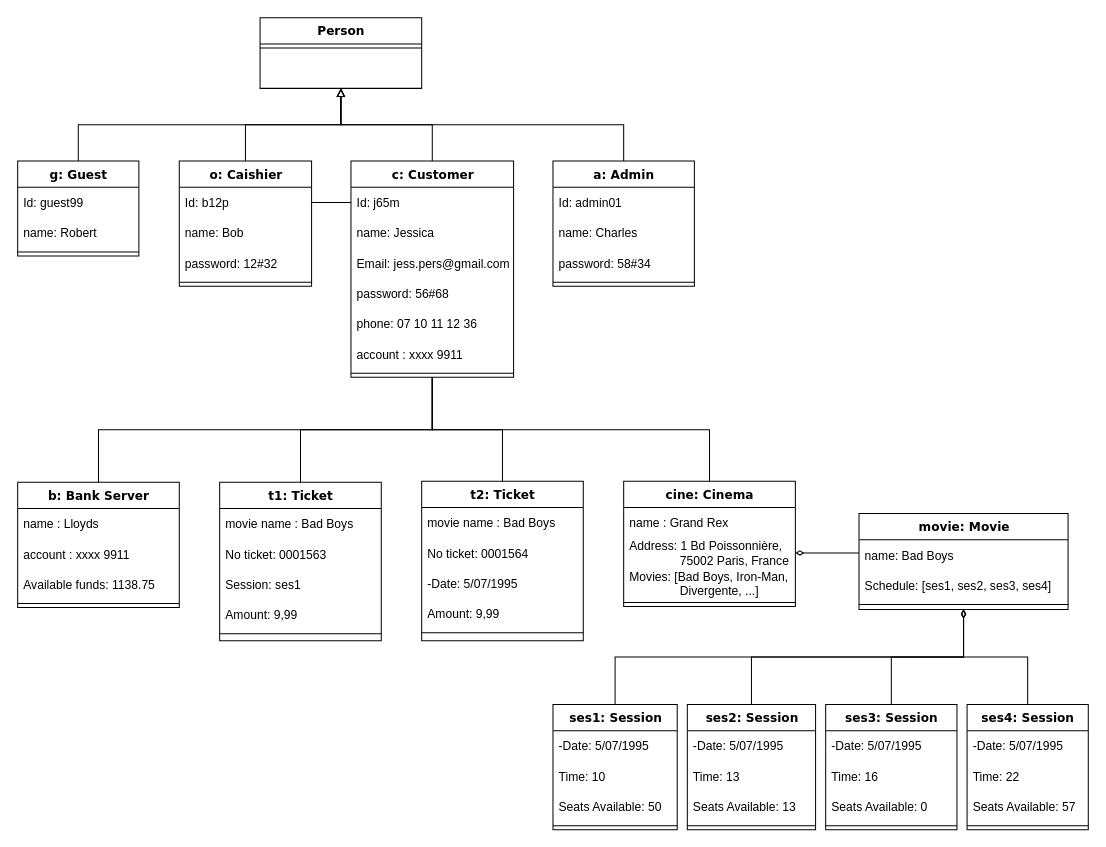
Melydgt/Draw-io-UML-England keeps this draw.io diagram as Diagramme object Movie Ticket Booking System.drawio. Above is the earlier version. Source tidied: cells renumbered, new cells numbered last; positions are measured from the earlier drawing's top-left corner, leaving out a move shared by most shapes. Both pictures are drawn from the tidied source at 101%, with x=0, y=0 at pixel (17, 17).
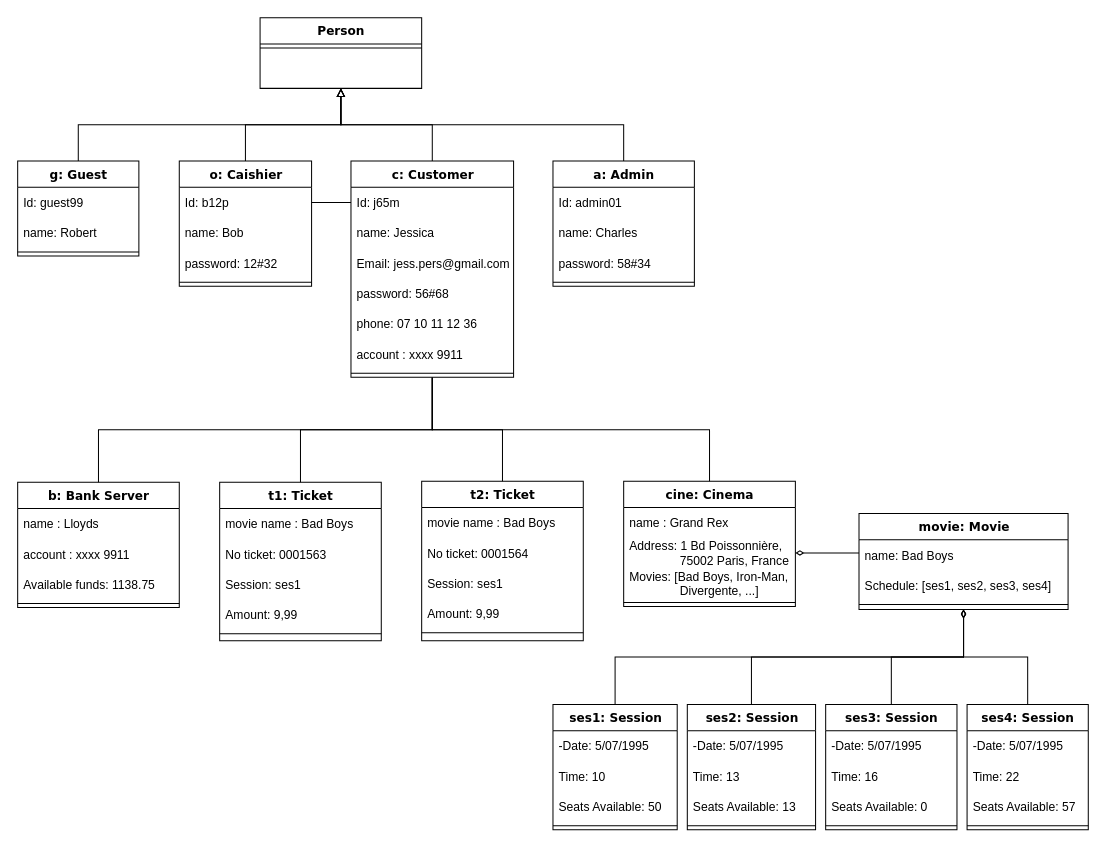
Above is the later version.

Commit message (it also covers changes not shown here):
Mettre à jour Diagramme object Movie Ticket Booking System.drawio

Unchanged cells that the change refers to:
```xml
<mxCell id="21" value="t2: Ticket" style="swimlane;html=1;fontStyle=1;align=center;verticalAlign=top;horizontal=1;startSize=26;swimlaneFillColor=#ffffff;rounded=0;shadow=0;comic=0;labelBackgroundColor=none;strokeWidth=1;fillColor=none;fontFamily=Verdana;fontSize=12;" parent="1" vertex="1">
  <mxGeometry x="400" y="459" width="160" height="158" as="geometry" />
</mxCell>
```

The edit, as a diff of the source:
```diff
@@
-    <mxCell id="24" value="-Date: 5/07/1995" style="text;strokeColor=none;fillColor=none;align=left;verticalAlign=middle;spacingLeft=4;spacingRight=4;overflow=hidden;" parent="21" vertex="1">
+    <mxCell id="24" value="Session: ses1" style="text;strokeColor=none;fillColor=none;align=left;verticalAlign=middle;spacingLeft=4;spacingRight=4;overflow=hidden;" parent="21" vertex="1">
       <mxGeometry y="86" width="160" height="30" as="geometry" />
     </mxCell>
```
